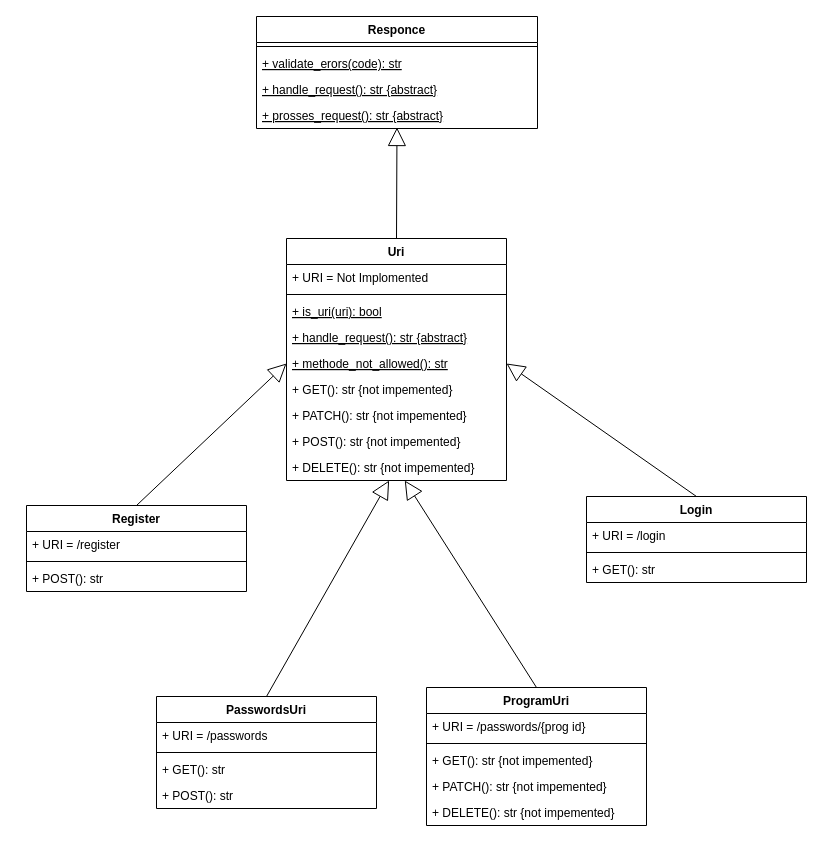
adibl/password_saver keeps this draw.io diagram as page "URI" (2 of 2) of class diagram.drawio. Above is the earlier version. Source tidied: cells renumbered, new cells numbered last; positions are measured from the earlier drawing's top-left corner, leaving out a move shared by most shapes. Both pictures are drawn from the tidied source at 100%, with x=0, y=0 at pixel (26, 16).
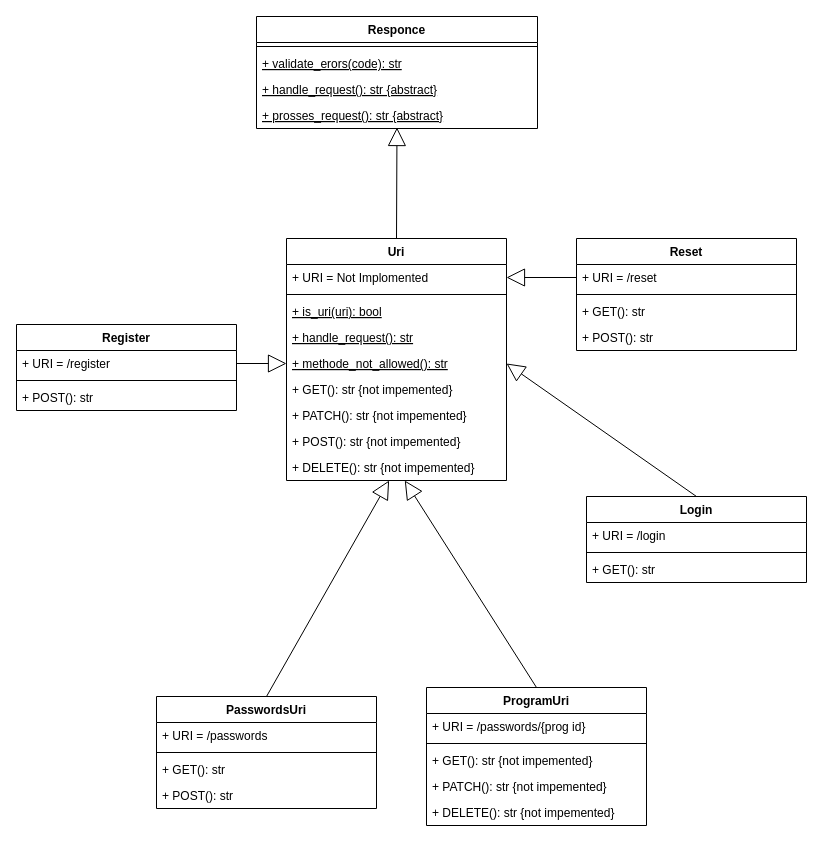
The same page after the edit.

The change refers to these unchanged cells:
```xml
<mxCell id="7" value="Uri" style="swimlane;fontStyle=1;align=center;verticalAlign=top;horizontal=1;startSize=26;" parent="1" vertex="1">
  <mxGeometry x="260" y="222" width="220" height="242" as="geometry" />
</mxCell>
<mxCell id="8" value="+ URI = Not Implomented" style="text;strokeColor=none;fillColor=none;align=left;verticalAlign=top;spacingLeft=4;spacingRight=4;overflow=hidden;points=[[0,0.5],[1,0.5]];portConstraint=eastwest;fontStyle=0;" parent="7" vertex="1">
  <mxGeometry y="26" width="220" height="26" as="geometry" />
</mxCell>
<mxCell id="12" value="+ methode_not_allowed(): str" style="text;strokeColor=none;fillColor=none;align=left;verticalAlign=top;spacingLeft=4;spacingRight=4;overflow=hidden;points=[[0,0.5],[1,0.5]];portConstraint=eastwest;fontStyle=4;" parent="7" vertex="1">
  <mxGeometry y="112" width="220" height="26" as="geometry" />
</mxCell>
<mxCell id="33" value="+ URI = /register" style="text;strokeColor=none;fillColor=none;align=left;verticalAlign=top;spacingLeft=4;spacingRight=4;overflow=hidden;points=[[0,0.5],[1,0.5]];portConstraint=eastwest;fontStyle=0;" parent="32" vertex="1">
  <mxGeometry y="26" width="220" height="26" as="geometry" />
</mxCell>
```

Change to the diagram source:
```diff
@@
-    <mxCell id="11" value="+ handle_request(): str {abstract}" style="text;strokeColor=none;fillColor=none;align=left;verticalAlign=top;spacingLeft=4;spacingRight=4;overflow=hidden;fontStyle=4;" parent="7" vertex="1">
+    <mxCell id="11" value="+ handle_request(): str" style="text;strokeColor=none;fillColor=none;align=left;verticalAlign=top;spacingLeft=4;spacingRight=4;overflow=hidden;fontStyle=4;" parent="7" vertex="1">
       <mxGeometry y="86" width="220" height="26" as="geometry" />
     </mxCell>
@@
     <mxCell id="32" value="Register" style="swimlane;fontStyle=1;align=center;verticalAlign=top;horizontal=1;startSize=26;" parent="1" vertex="1">
-      <mxGeometry y="489" width="220" height="86" as="geometry" />
+      <mxGeometry x="-10" y="308" width="220" height="86" as="geometry" />
     </mxCell>
@@
+    <mxCell id="41" value="Reset" style="swimlane;fontStyle=1;align=center;verticalAlign=top;horizontal=1;startSize=26;" parent="1" vertex="1">
+      <mxGeometry x="550" y="222" width="220" height="112" as="geometry" />
+    </mxCell>
+    <mxCell id="42" value="+ URI = /reset" style="text;strokeColor=none;fillColor=none;align=left;verticalAlign=top;spacingLeft=4;spacingRight=4;overflow=hidden;points=[[0,0.5],[1,0.5]];portConstraint=eastwest;fontStyle=0;" parent="41" vertex="1">
+      <mxGeometry y="26" width="220" height="26" as="geometry" />
+    </mxCell>
+    <mxCell id="43" style="line;strokeWidth=1;fillColor=none;align=left;verticalAlign=middle;spacingTop=-1;spacingLeft=3;spacingRight=3;labelPosition=right;" parent="41" vertex="1">
+      <mxGeometry y="52" width="220" height="8" as="geometry" />
+    </mxCell>
+    <mxCell id="44" value="+ GET(): str&#10; " style="text;strokeColor=none;fillColor=none;align=left;verticalAlign=top;spacingLeft=4;spacingRight=4;overflow=hidden;fontStyle=0;" parent="41" vertex="1">
+      <mxGeometry y="60" width="220" height="26" as="geometry" />
+    </mxCell>
+    <mxCell id="45" value="+ POST(): str&#10; " style="text;strokeColor=none;fillColor=none;align=left;verticalAlign=top;spacingLeft=4;spacingRight=4;overflow=hidden;fontStyle=0;" parent="41" vertex="1">
+      <mxGeometry y="86" width="220" height="26" as="geometry" />
+    </mxCell>
@@
-    <mxCell id="38" style="endArrow=block;endSize=16;endFill=0;html=1;entryX=0;entryY=0.5;entryDx=0;entryDy=0;exitX=0.5;exitY=0;exitDx=0;exitDy=0;" parent="1" edge="1" source="32" target="12">
+    <mxCell id="38" style="endArrow=block;endSize=16;endFill=0;html=1;entryX=0;entryY=0.5;entryDx=0;entryDy=0;exitX=1;exitY=0.5;exitDx=0;exitDy=0;" parent="1" edge="1" source="33" target="12">
       <mxGeometry x="-0.03" y="16" relative="1" as="geometry" />
     </mxCell>
@@
+    <mxCell id="46" style="endArrow=block;endSize=16;endFill=0;html=1;entryX=1;entryY=0.5;entryDx=0;entryDy=0;exitX=0;exitY=0.5;exitDx=0;exitDy=0;" parent="1" edge="1" source="42" target="8">
+      <mxGeometry x="-0.03" y="16" relative="1" as="geometry" />
+    </mxCell>
```
